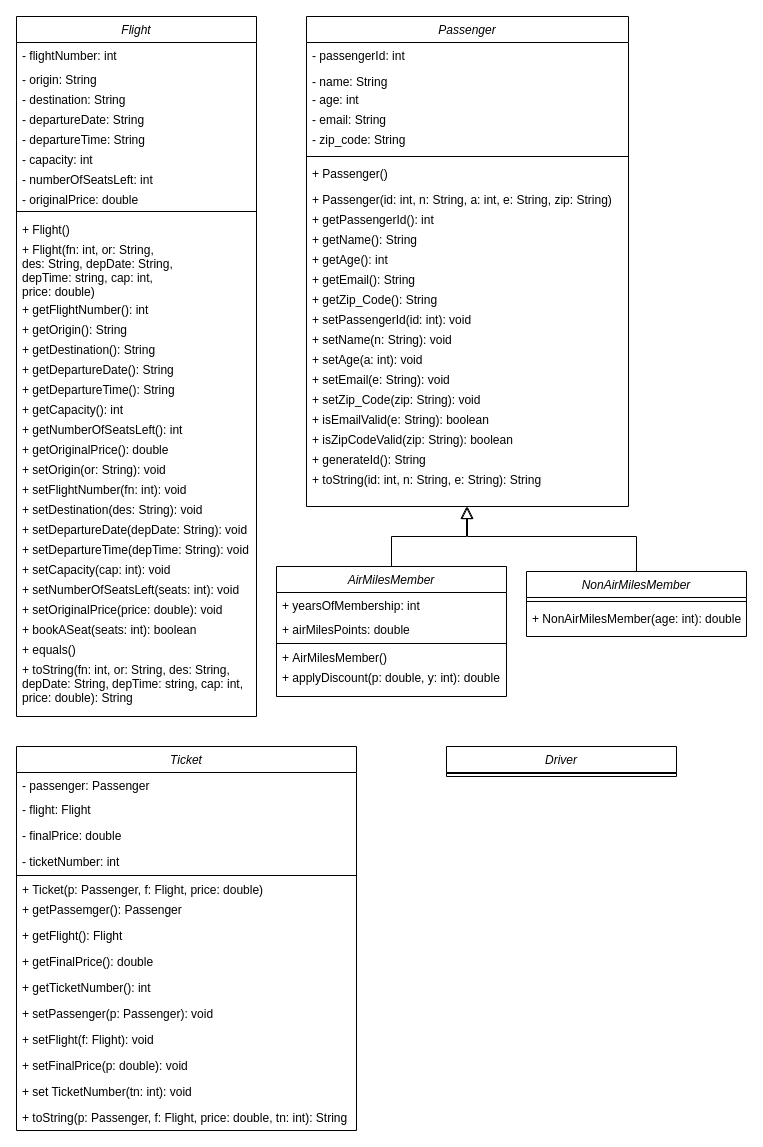
Above: Untitled Diagram.drawio in yumvinegar/ProgrammingProject (draw.io), before the change. Source tidied: cells renumbered, new cells numbered last; positions are measured from the earlier drawing's top-left corner, leaving out a move shared by most shapes. Both pictures are drawn from the tidied source at 100%, with x=0, y=0 at pixel (16, 16).
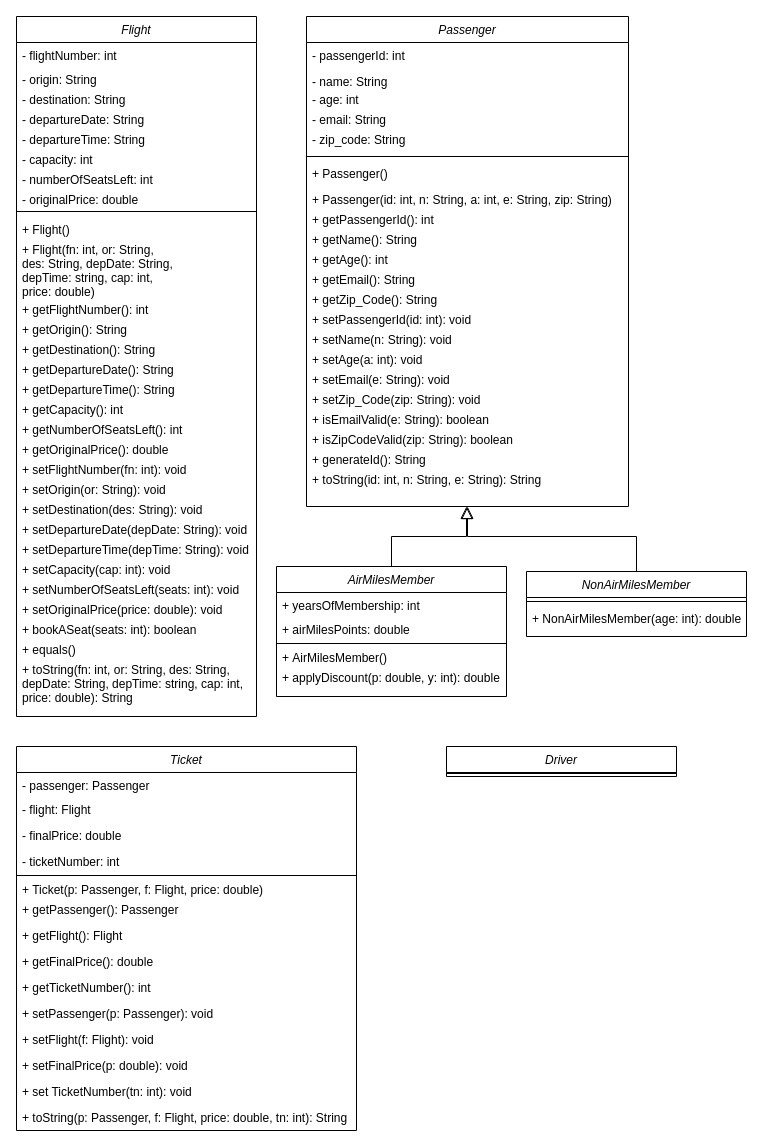
The same diagram, later.

Unchanged cells that the change refers to:
```xml
<mxCell id="2" value="Flight" style="swimlane;fontStyle=2;align=center;verticalAlign=top;horizontal=1;startSize=26;rounded=0;shadow=0;strokeWidth=1;" parent="1" vertex="1">
  <mxGeometry width="240" height="700" as="geometry" />
</mxCell>
<mxCell id="67" value="Ticket" style="swimlane;fontStyle=2;align=center;verticalAlign=top;horizontal=1;startSize=26;rounded=0;shadow=0;strokeWidth=1;" parent="1" vertex="1">
  <mxGeometry y="730" width="340" height="384" as="geometry" />
</mxCell>
```

Diff of the diagram source:
```diff
@@
+    <mxCell id="23" value="+ setFlightNumber(fn: int): void" style="text;align=left;verticalAlign=top;spacingLeft=4;spacingRight=4;overflow=hidden;" parent="2" vertex="1">
+      <mxGeometry y="440" width="240" height="20" as="geometry" />
+    </mxCell>
     <mxCell id="22" value="+ setOrigin(or: String): void" style="text;align=left;verticalAlign=top;spacingLeft=4;spacingRight=4;overflow=hidden;" parent="2" vertex="1">
-      <mxGeometry y="440" width="240" height="20" as="geometry" />
+      <mxGeometry y="460" width="240" height="20" as="geometry" />
     </mxCell>
-    <mxCell id="23" value="+ setFlightNumber(fn: int): void" style="text;align=left;verticalAlign=top;spacingLeft=4;spacingRight=4;overflow=hidden;" parent="2" vertex="1">
-      <mxGeometry y="460" width="240" height="20" as="geometry" />
-    </mxCell>
@@
-    <mxCell id="74" value="+ getPassemger(): Passenger" style="text;align=left;verticalAlign=top;spacingLeft=4;spacingRight=4;overflow=hidden;fontStyle=0;" parent="67" vertex="1">
+    <mxCell id="74" value="+ getPassenger(): Passenger" style="text;align=left;verticalAlign=top;spacingLeft=4;spacingRight=4;overflow=hidden;fontStyle=0;" parent="67" vertex="1">
       <mxGeometry y="150" width="340" height="26" as="geometry" />
     </mxCell>
```
